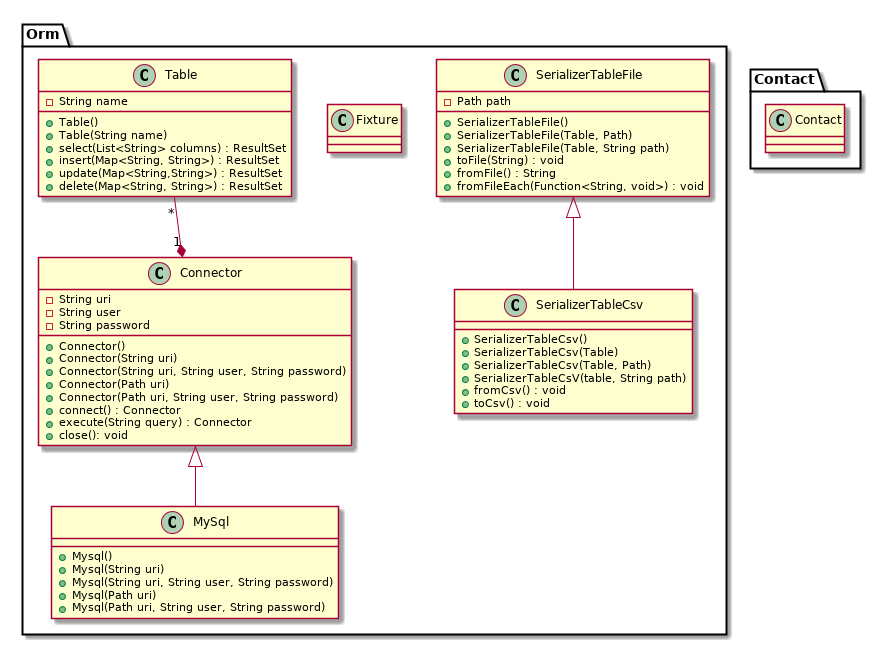
The PlantUML diagram doc/class/models.png in Izanami/autoconcept-app, before a commit. Its diagram source:
```plantuml
@startuml
package Orm {

class SerializerTableFile {
    - Path path

    + SerializerTableFile()
    + SerializerTableFile(Table, Path)
    + SerializerTableFile(Table, String path)
    + toFile(String) : void
    + fromFile() : String
    + fromFileEach(Function<String, void>) : void
}

class SerializerTableCsv{
    + SerializerTableCsv()
    + SerializerTableCsv(Table)
    + SerializerTableCsv(Table, Path)
    + SerializerTableCsV(table, String path)
    + fromCsv() : void
    + toCsv() : void
}


class Connector {
    - String uri
    - String user
    - String password

    + Connector()
    + Connector(String uri)
    + Connector(String uri, String user, String password)
    + Connector(Path uri)
    + Connector(Path uri, String user, String password)

    + connect() : Connector
    + execute(String query) : Connector
    + close(): void
}

class MySql {
    + Mysql()
    + Mysql(String uri)
    + Mysql(String uri, String user, String password)
    + Mysql(Path uri)
    + Mysql(Path uri, String user, String password)
}

class Fixture {

}

class Table {
    - String name

    + Table()
    + Table(String name)

    + select(List<String> columns) : ResultSet
    + insert(Map<String, String>) : ResultSet
    + update(Map<String,String>) : ResultSet
    + delete(Map<String, String>) : ResultSet
}


Connector <|-- MySql
Table "*" --* "1" Connector

SerializerTableFile  <|-- SerializerTableCsv
}

package Contact {
class Contact {

}
}

@enduml
```
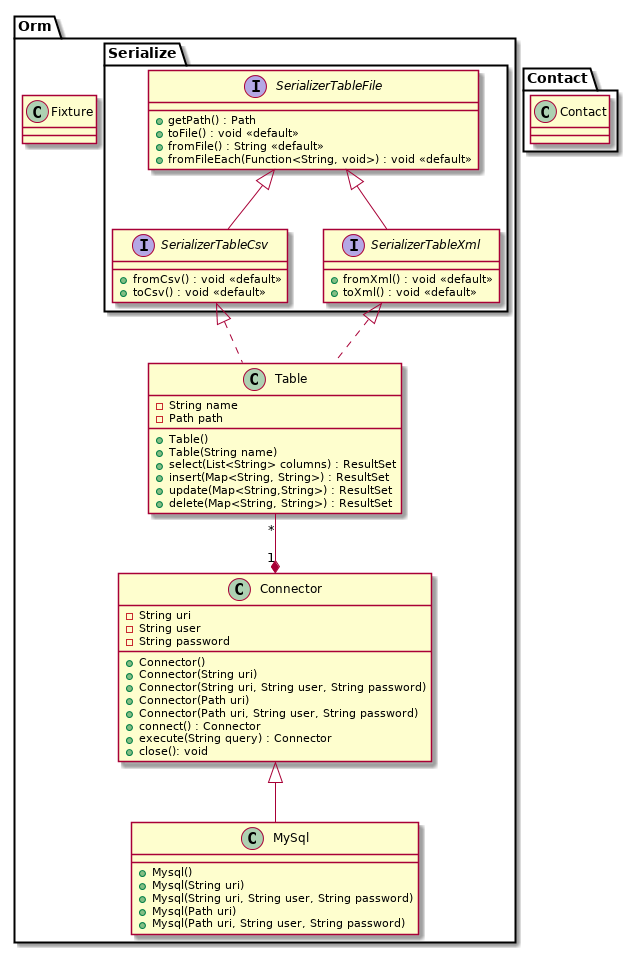
Above is the later version.

Change to the diagram source:
```diff
@@ -1,26 +1,24 @@
 @startuml
 package Orm {
 
-class SerializerTableFile {
-    - Path path
-
-    + SerializerTableFile()
-    + SerializerTableFile(Table, Path)
-    + SerializerTableFile(Table, String path)
-    + toFile(String) : void
-    + fromFile() : String
-    + fromFileEach(Function<String, void>) : void
+package Serialize {
+interface SerializerTableFile {
+    + getPath() : Path
+    + toFile() : void <<default>>
+    + fromFile() : String <<default>>
+    + fromFileEach(Function<String, void>) : void <<default>>
 }
 
-class SerializerTableCsv{
-    + SerializerTableCsv()
-    + SerializerTableCsv(Table)
-    + SerializerTableCsv(Table, Path)
-    + SerializerTableCsV(table, String path)
-    + fromCsv() : void
-    + toCsv() : void
+interface SerializerTableCsv{
+    + fromCsv() : void <<default>>
+    + toCsv() : void <<default>>
 }
 
+interface SerializerTableXml{
+    + fromXml() : void <<default>>
+    + toXml() : void <<default>>
+}
+}
 
 class Connector {
     - String uri
@@ -52,6 +50,7 @@
 
 class Table {
     - String name
+    - Path path
 
     + Table()
     + Table(String name)
@@ -66,7 +65,10 @@
 Connector <|-- MySql
 Table "*" --* "1" Connector
 
+SerializerTableCsv <|.. Table
+SerializerTableXml <|.. Table
 SerializerTableFile  <|-- SerializerTableCsv
+SerializerTableFile  <|-- SerializerTableXml
 }
 
 package Contact {
```
